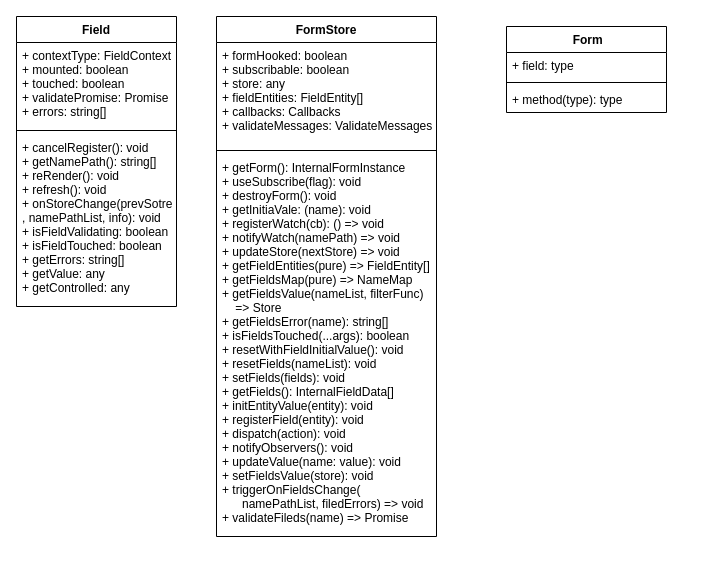
Earlier version of the draw.io diagram rc-form.drawio (NgChiKin/diagrams-uml). Source tidied: cells renumbered, new cells numbered last; positions are measured from the earlier drawing's top-left corner, leaving out a move shared by most shapes. Both pictures are drawn from the tidied source at 100%, with x=0, y=0 at pixel (16, 16).
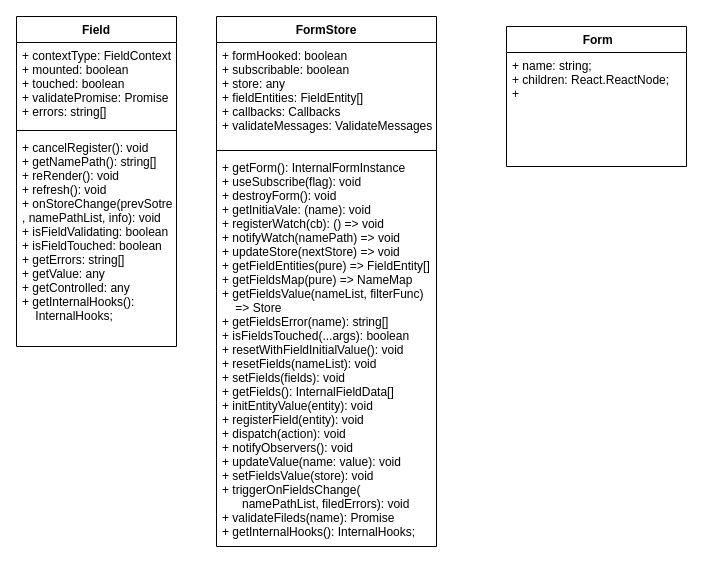
After the change.

Change to the diagram source:
```diff
@@
 <mxGraphModel>
   <root>
     <mxCell id="0" />
     <mxCell id="1" parent="0" />
     <mxCell id="2" value="Field" style="swimlane;fontStyle=1;align=center;verticalAlign=top;horizontal=1;startSize=26;" parent="1" vertex="1">
-      <mxGeometry width="160" height="290" as="geometry" />
+      <mxGeometry width="160" height="330" as="geometry" />
     </mxCell>
     <mxCell id="3" value="+ contextType: FieldContext&#10;+ mounted: boolean&#10;+ touched: boolean&#10;+ validatePromise: Promise&#10;+ errors: string[]" style="text;strokeColor=none;fillColor=none;align=left;verticalAlign=top;spacingLeft=4;spacingRight=4;overflow=hidden;" parent="2" vertex="1">
       <mxGeometry y="26" width="160" height="84" as="geometry" />
     </mxCell>
     <mxCell id="4" style="line;strokeWidth=1;fillColor=none;align=left;verticalAlign=middle;spacingTop=-1;spacingLeft=3;spacingRight=3;labelPosition=right;" parent="2" vertex="1">
       <mxGeometry y="110" width="160" height="8" as="geometry" />
     </mxCell>
-    <mxCell id="5" value="+ cancelRegister(): void&#10;+ getNamePath(): string[]&#10;+ reRender(): void&#10;+ refresh(): void&#10;+ onStoreChange(prevSotre&#10;, namePathList, info): void&#10;+ isFieldValidating: boolean&#10;+ isFieldTouched: boolean&#10;+ getErrors: string[]&#10;+ getValue: any&#10;+ getControlled: any" style="text;strokeColor=none;fillColor=none;align=left;verticalAlign=top;spacingLeft=4;spacingRight=4;overflow=hidden;" parent="2" vertex="1">
-      <mxGeometry y="118" width="160" height="172" as="geometry" />
+    <mxCell id="5" value="+ cancelRegister(): void&#10;+ getNamePath(): string[]&#10;+ reRender(): void&#10;+ refresh(): void&#10;+ onStoreChange(prevSotre&#10;, namePathList, info): void&#10;+ isFieldValidating: boolean&#10;+ isFieldTouched: boolean&#10;+ getErrors: string[]&#10;+ getValue: any&#10;+ getControlled: any&#10;+ getInternalHooks():&#10;    InternalHooks;&#10;&#10;" style="text;strokeColor=none;fillColor=none;align=left;verticalAlign=top;spacingLeft=4;spacingRight=4;overflow=hidden;" parent="2" vertex="1">
+      <mxGeometry y="118" width="160" height="212" as="geometry" />
     </mxCell>
     <mxCell id="6" value="FormStore" style="swimlane;fontStyle=1;align=center;verticalAlign=top;horizontal=1;startSize=26;" parent="1" vertex="1">
-      <mxGeometry x="200" width="220" height="520" as="geometry" />
+      <mxGeometry x="200" width="220" height="530" as="geometry" />
     </mxCell>
     <mxCell id="7" value="+ formHooked: boolean&#10;+ subscribable: boolean&#10;+ store: any&#10;+ fieldEntities: FieldEntity[]&#10;+ callbacks: Callbacks&#10;+ validateMessages: ValidateMessages&#10;" style="text;strokeColor=none;fillColor=none;align=left;verticalAlign=top;spacingLeft=4;spacingRight=4;overflow=hidden;" parent="6" vertex="1">
       <mxGeometry y="26" width="220" height="104" as="geometry" />
     </mxCell>
     <mxCell id="8" style="line;strokeWidth=1;fillColor=none;align=left;verticalAlign=middle;spacingTop=-1;spacingLeft=3;spacingRight=3;labelPosition=right;" parent="6" vertex="1">
       <mxGeometry y="130" width="220" height="8" as="geometry" />
     </mxCell>
-    <mxCell id="9" value="+ getForm(): InternalFormInstance&#10;+ useSubscribe(flag): void&#10;+ destroyForm(): void&#10;+ getInitiaVale: (name): void&#10;+ registerWatch(cb): () =&gt; void &#10;+ notifyWatch(namePath) =&gt; void&#10;+ updateStore(nextStore) =&gt; void&#10;+ getFieldEntities(pure) =&gt; FieldEntity[]&#10;+ getFieldsMap(pure) =&gt; NameMap&#10;+ getFieldsValue(nameList, filterFunc) &#10;    =&gt; Store&#10;+ getFieldsError(name): string[]&#10;+ isFieldsTouched(...args): boolean&#10;+ resetWithFieldInitialValue(): void&#10;+ resetFields(nameList): void&#10;+ setFields(fields): void&#10;+ getFields(): InternalFieldData[]&#10;+ initEntityValue(entity): void&#10;+ registerField(entity): void&#10;+ dispatch(action): void&#10;+ notifyObservers(): void&#10;+ updateValue(name: value): void&#10;+ setFieldsValue(store): void&#10;+ triggerOnFieldsChange(&#10;      namePathList, filedErrors) =&gt; void&#10;+ validateFileds(name) =&gt; Promise" style="text;strokeColor=none;fillColor=none;align=left;verticalAlign=top;spacingLeft=4;spacingRight=4;overflow=hidden;" parent="6" vertex="1">
-      <mxGeometry y="138" width="220" height="382" as="geometry" />
+    <mxCell id="9" value="+ getForm(): InternalFormInstance&#10;+ useSubscribe(flag): void&#10;+ destroyForm(): void&#10;+ getInitiaVale: (name): void&#10;+ registerWatch(cb): () =&gt; void &#10;+ notifyWatch(namePath) =&gt; void&#10;+ updateStore(nextStore) =&gt; void&#10;+ getFieldEntities(pure) =&gt; FieldEntity[]&#10;+ getFieldsMap(pure) =&gt; NameMap&#10;+ getFieldsValue(nameList, filterFunc) &#10;    =&gt; Store&#10;+ getFieldsError(name): string[]&#10;+ isFieldsTouched(...args): boolean&#10;+ resetWithFieldInitialValue(): void&#10;+ resetFields(nameList): void&#10;+ setFields(fields): void&#10;+ getFields(): InternalFieldData[]&#10;+ initEntityValue(entity): void&#10;+ registerField(entity): void&#10;+ dispatch(action): void&#10;+ notifyObservers(): void&#10;+ updateValue(name: value): void&#10;+ setFieldsValue(store): void&#10;+ triggerOnFieldsChange(&#10;      namePathList, filedErrors): void&#10;+ validateFileds(name): Promise&#10;+ getInternalHooks(): InternalHooks;" style="text;strokeColor=none;fillColor=none;align=left;verticalAlign=top;spacingLeft=4;spacingRight=4;overflow=hidden;" parent="6" vertex="1">
+      <mxGeometry y="138" width="220" height="392" as="geometry" />
     </mxCell>
     <mxCell id="10" value=" Form" style="swimlane;fontStyle=1;align=center;verticalAlign=top;horizontal=1;startSize=26;" parent="1" vertex="1">
-      <mxGeometry x="490" y="10" width="160" height="86" as="geometry" />
+      <mxGeometry x="490" y="10" width="180" height="140" as="geometry" />
     </mxCell>
-    <mxCell id="11" value="+ field: type" style="text;strokeColor=none;fillColor=none;align=left;verticalAlign=top;spacingLeft=4;spacingRight=4;overflow=hidden;" parent="10" vertex="1">
-      <mxGeometry y="26" width="160" height="26" as="geometry" />
+    <mxCell id="11" value="+ name: string;&#10;+ children: React.ReactNode;&#10;+ &#10;" style="text;strokeColor=none;fillColor=none;align=left;verticalAlign=top;spacingLeft=4;spacingRight=4;overflow=hidden;" parent="10" vertex="1">
+      <mxGeometry y="26" width="180" height="114" as="geometry" />
     </mxCell>
-    <mxCell id="12" style="line;strokeWidth=1;fillColor=none;align=left;verticalAlign=middle;spacingTop=-1;spacingLeft=3;spacingRight=3;labelPosition=right;" parent="10" vertex="1">
-      <mxGeometry y="52" width="160" height="8" as="geometry" />
-    </mxCell>
-    <mxCell id="13" value="+ method(type): type" style="text;strokeColor=none;fillColor=none;align=left;verticalAlign=top;spacingLeft=4;spacingRight=4;overflow=hidden;" parent="10" vertex="1">
-      <mxGeometry y="60" width="160" height="26" as="geometry" />
-    </mxCell>
   </root>
 </mxGraphModel>
```
